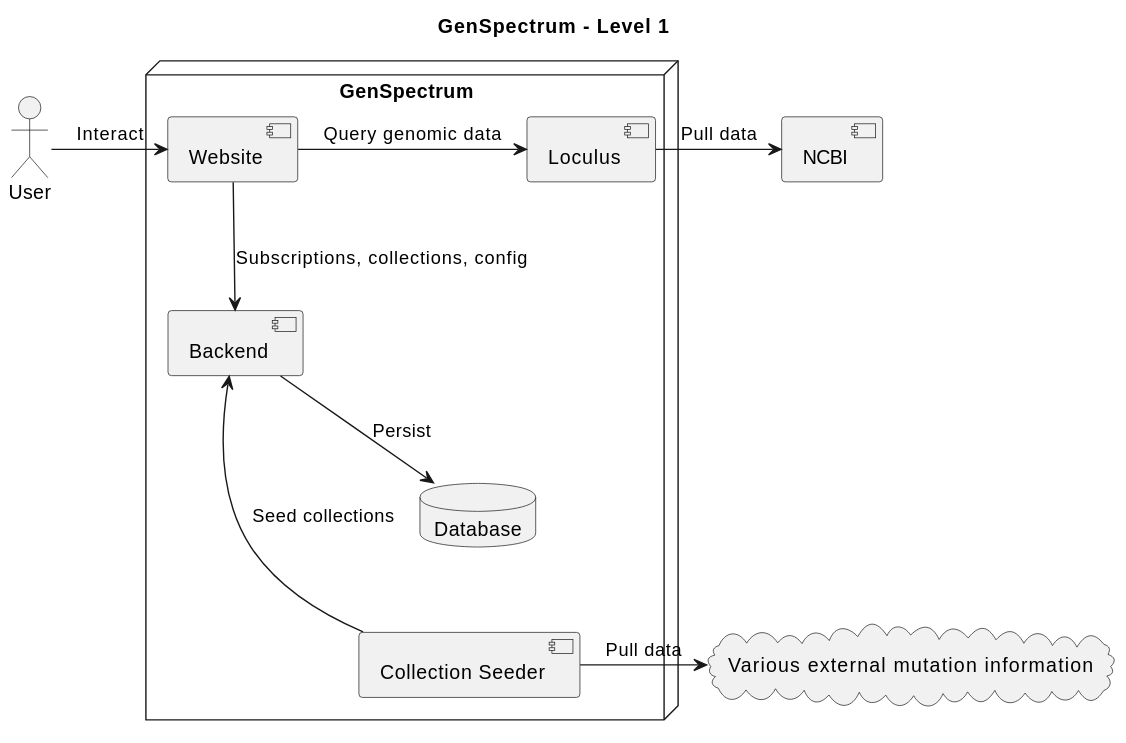
Above: docs/plantuml/05-level1.svg in GenSpectrum/dashboards (PlantUML), before the change. The source it was exported from:
```plantuml
@startuml
title "GenSpectrum - Level 1"

actor User as user
component "NCBI" as ncbi
cloud "Various external mutation information" as vemi

node "GenSpectrum" {
    component Website as website
    component Backend as backend
    component "Collection Seeder" as seeder
    database Database as db
    component Loculus as loculus
}

user -r-> website : "Interact"
website -d-> backend : "Subscriptions, collections, config"
backend -d-> db : "Persist"
website -r-> loculus : "Query genomic data"
seeder -u-> backend : "Seed collections"
loculus -r-> ncbi : "Pull data"
seeder -r-> vemi : "Pull data"
db -[hidden]-> seeder
@enduml
```
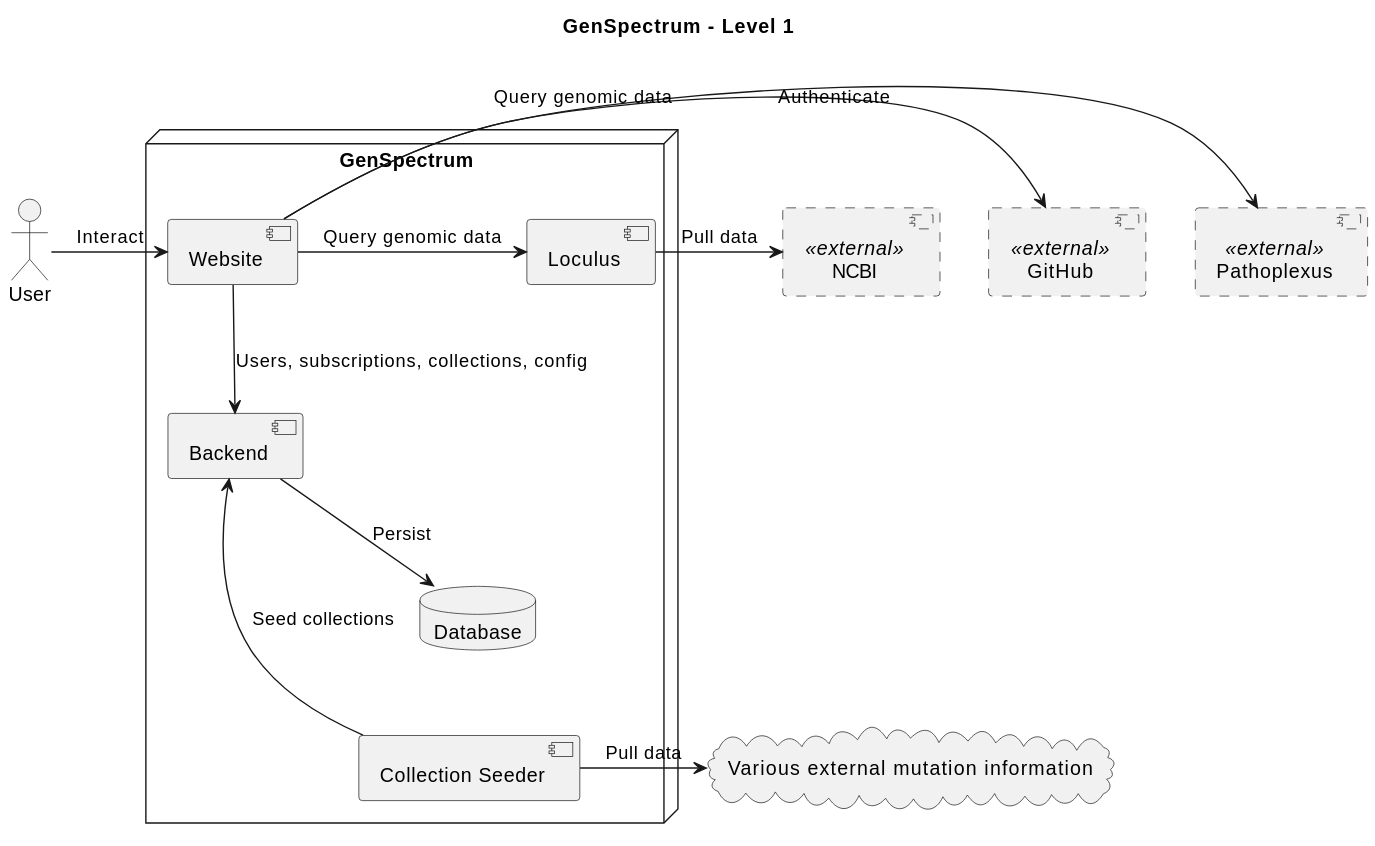
The same diagram one commit later.

Commit message:
docs(arc42): add building block view section with level 0 and level 1 diagrams

Change to the diagram source:
```diff
@@ -1,8 +1,14 @@
 @startuml
 title "GenSpectrum - Level 1"
 
+skinparam component<<external>> {
+    BorderStyle dashed
+}
+
 actor User as user
-component "NCBI" as ncbi
+component "NCBI" <<external>> as ncbi
+component "GitHub" <<external>> as github
+component "Pathoplexus" <<external>> as pathoplexus
 cloud "Various external mutation information" as vemi
 
 node "GenSpectrum" {
@@ -14,11 +20,13 @@
 }
 
 user -r-> website : "Interact"
-website -d-> backend : "Subscriptions, collections, config"
+website -d-> backend : "Users, subscriptions, collections, config"
 backend -d-> db : "Persist"
 website -r-> loculus : "Query genomic data"
 seeder -u-> backend : "Seed collections"
 loculus -r-> ncbi : "Pull data"
 seeder -r-> vemi : "Pull data"
+website -r-> github : "Authenticate"
+website -r-> pathoplexus : "Query genomic data"
 db -[hidden]-> seeder
 @enduml
```
